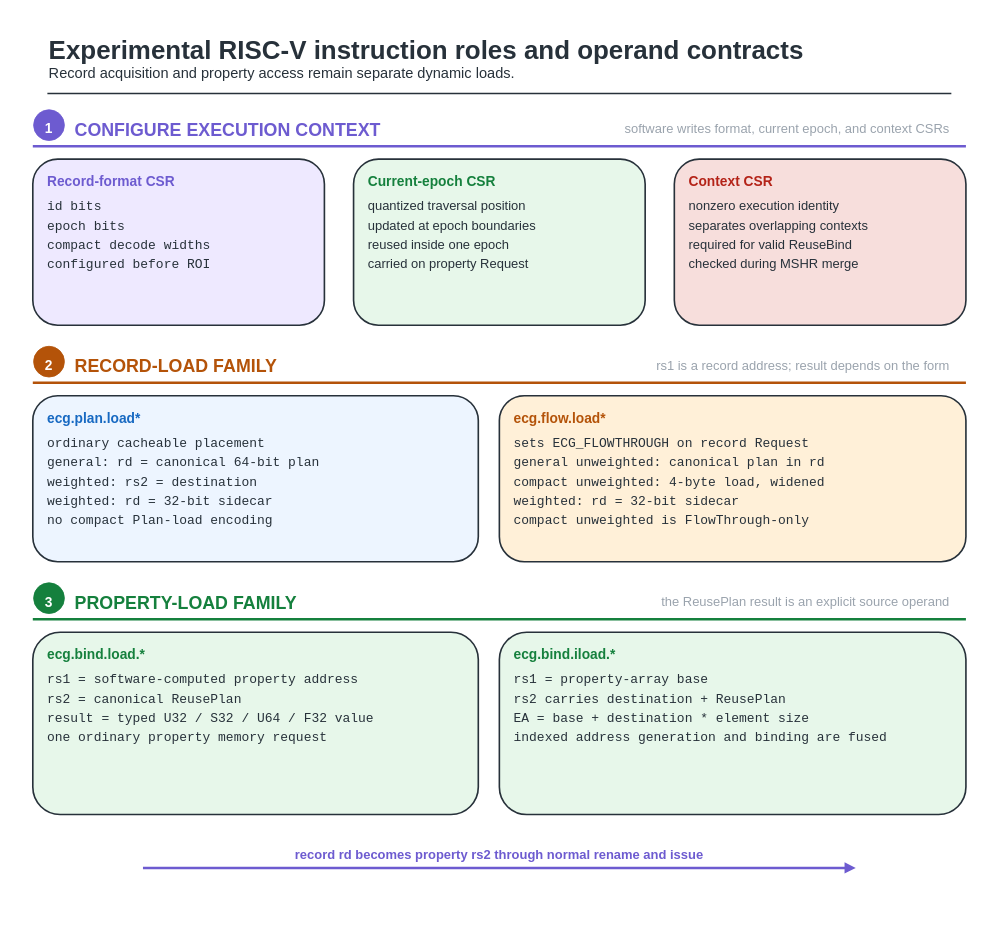
Before: fig/wiki_src/risc-v-instruction-path/risc-v-instruction-path-f01-instruction-family.drawio in UVA-LavaLab/ECG_GrAPL, a draw.io diagram. Source tidied: cells renumbered, new cells numbered last; positions are measured from the earlier drawing's top-left corner, leaving out a move shared by most shapes. Both pictures are drawn from the tidied source at 81%, with x=0, y=0 at pixel (13, 13).
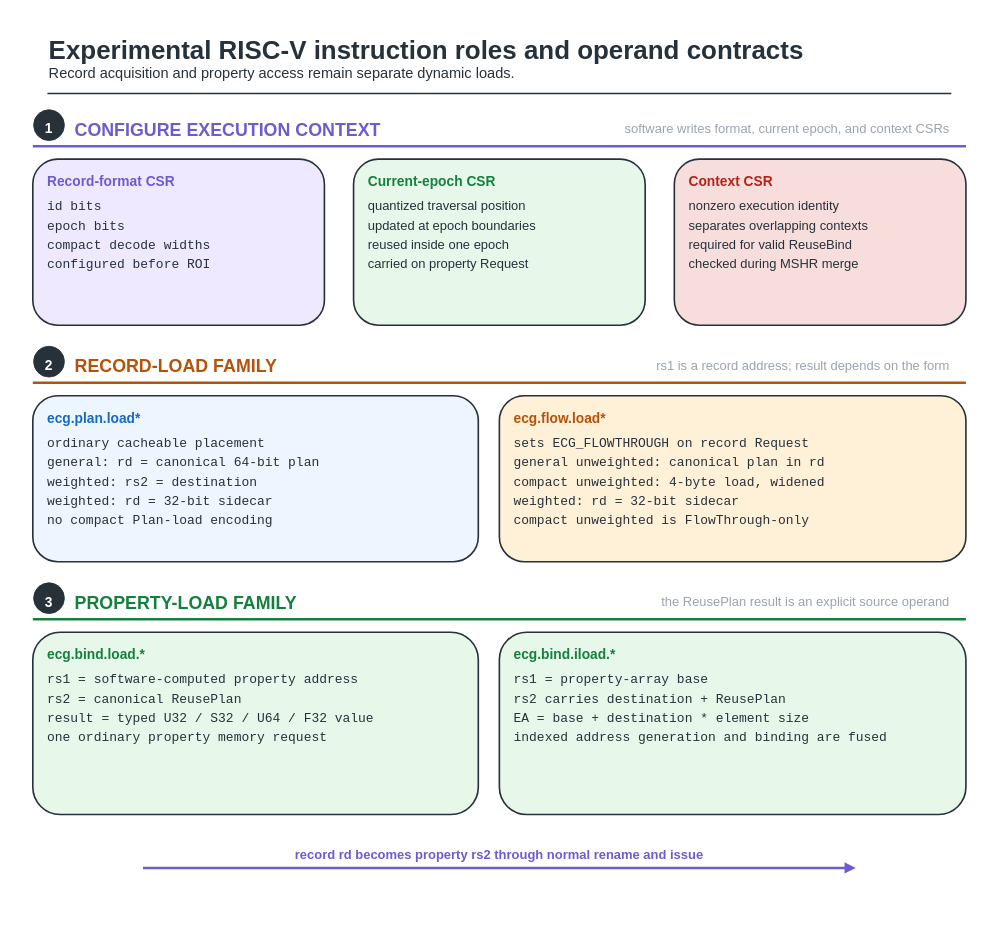
The same diagram, later.

Change to the diagram source:
```diff
@@
-    <mxCell id="6" style="ellipse;html=0;fillColor=#6D5BD0;strokeColor=#6D5BD0;strokeWidth=1;" parent="1" vertex="1">
+    <mxCell id="6" style="ellipse;html=0;fillColor=#27313A;strokeColor=#27313A;strokeWidth=1;" parent="1" vertex="1">
       <mxGeometry x="25" y="119" width="38" height="38" as="geometry" />
     </mxCell>
@@
-    <mxCell id="29" style="ellipse;html=0;fillColor=#B45309;strokeColor=#B45309;strokeWidth=1;" parent="1" vertex="1">
+    <mxCell id="29" style="ellipse;html=0;fillColor=#27313A;strokeColor=#27313A;strokeWidth=1;" parent="1" vertex="1">
       <mxGeometry x="25" y="411" width="38" height="38" as="geometry" />
     </mxCell>
@@
-    <mxCell id="48" style="ellipse;html=0;fillColor=#15803D;strokeColor=#15803D;strokeWidth=1;" parent="1" vertex="1">
+    <mxCell id="48" style="ellipse;html=0;fillColor=#27313A;strokeColor=#27313A;strokeWidth=1;" parent="1" vertex="1">
       <mxGeometry x="25" y="703" width="38" height="38" as="geometry" />
     </mxCell>
```
